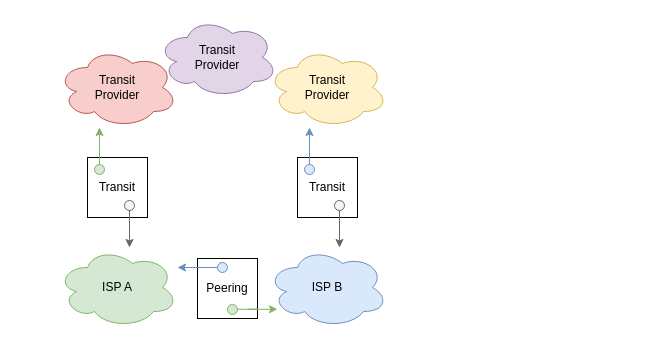
Earlier version of the draw.io diagram uagc/int301/peering_points.drawio (chongjk88/education). Source tidied: cells renumbered, new cells numbered last; positions are measured from the earlier drawing's top-left corner, leaving out a move shared by most shapes. Both pictures are drawn from the tidied source at 100%, with x=0, y=0 at pixel (57, 17).
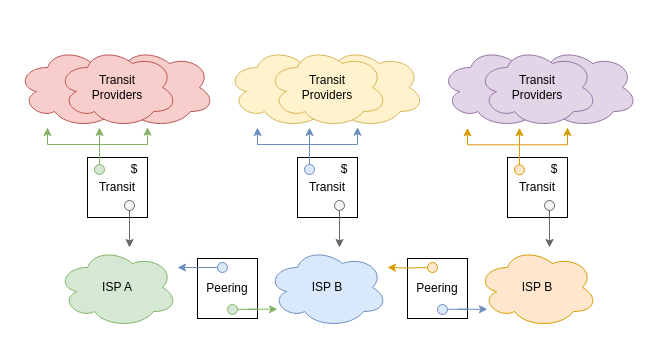
The same page after the edit.

The change refers to these unchanged cells:
```xml
<mxCell id="15" style="ellipse;whiteSpace=wrap;html=1;fillColor=#d5e8d4;strokeColor=#82b366;rotation=90;" parent="1" vertex="1">
  <mxGeometry x="37" y="147" width="10" height="10" as="geometry" />
</mxCell>
```

The edit, as a diff of the source:
```diff
@@
+    <mxCell id="22" style="ellipse;shape=cloud;whiteSpace=wrap;html=1;fillColor=#e1d5e7;strokeColor=#9673a6;" parent="1" vertex="1">
+      <mxGeometry x="383.2" y="30" width="120" height="80" as="geometry" />
+    </mxCell>
+    <mxCell id="23" style="ellipse;shape=cloud;whiteSpace=wrap;html=1;fillColor=#e1d5e7;strokeColor=#9673a6;" parent="1" vertex="1">
+      <mxGeometry x="460.2" y="30" width="120" height="80" as="geometry" />
+    </mxCell>
+    <mxCell id="24" style="ellipse;shape=cloud;whiteSpace=wrap;html=1;fillColor=#fff2cc;strokeColor=#d6b656;" parent="1" vertex="1">
+      <mxGeometry x="169.8" y="30" width="120" height="80" as="geometry" />
+    </mxCell>
+    <mxCell id="25" style="ellipse;shape=cloud;whiteSpace=wrap;html=1;fillColor=#fff2cc;strokeColor=#d6b656;" parent="1" vertex="1">
+      <mxGeometry x="246.8" y="30" width="120" height="80" as="geometry" />
+    </mxCell>
+    <mxCell id="26" style="ellipse;shape=cloud;whiteSpace=wrap;html=1;fillColor=#f8cecc;strokeColor=#b85450;" parent="1" vertex="1">
+      <mxGeometry x="-40" y="30" width="120" height="80" as="geometry" />
+    </mxCell>
+    <mxCell id="27" style="ellipse;shape=cloud;whiteSpace=wrap;html=1;fillColor=#f8cecc;strokeColor=#b85450;" parent="1" vertex="1">
+      <mxGeometry x="37" y="30" width="120" height="80" as="geometry" />
+    </mxCell>
@@
-    <mxCell id="3" value="Transit&lt;br&gt;Provider" style="ellipse;shape=cloud;whiteSpace=wrap;html=1;fillColor=#f8cecc;strokeColor=#b85450;" parent="1" vertex="1">
+    <mxCell id="3" value="Transit&lt;br&gt;Providers" style="ellipse;shape=cloud;whiteSpace=wrap;html=1;fillColor=#f8cecc;strokeColor=#b85450;" parent="1" vertex="1">
       <mxGeometry y="30" width="120" height="80" as="geometry" />
     </mxCell>
-    <mxCell id="4" value="Transit&lt;br&gt;Provider" style="ellipse;shape=cloud;whiteSpace=wrap;html=1;fillColor=#e1d5e7;strokeColor=#9673a6;" parent="1" vertex="1">
-      <mxGeometry x="100" width="120" height="80" as="geometry" />
+    <mxCell id="4" value="Transit&lt;br&gt;Providers" style="ellipse;shape=cloud;whiteSpace=wrap;html=1;fillColor=#e1d5e7;strokeColor=#9673a6;" parent="1" vertex="1">
+      <mxGeometry x="420" y="30" width="120" height="80" as="geometry" />
     </mxCell>
-    <mxCell id="5" value="Transit&lt;br&gt;Provider" style="ellipse;shape=cloud;whiteSpace=wrap;html=1;fillColor=#fff2cc;strokeColor=#d6b656;" parent="1" vertex="1">
+    <mxCell id="5" value="Transit&lt;br&gt;Providers" style="ellipse;shape=cloud;whiteSpace=wrap;html=1;fillColor=#fff2cc;strokeColor=#d6b656;" parent="1" vertex="1">
       <mxGeometry x="210" y="30" width="120" height="80" as="geometry" />
     </mxCell>
@@
+    <mxCell id="28" style="edgeStyle=orthogonalEdgeStyle;rounded=0;jettySize=auto;html=1;exitX=0;exitY=0.5;exitDx=0;exitDy=0;fillColor=#d5e8d4;strokeColor=#82b366;" parent="1" edge="1" source="15" target="27">
+      <mxGeometry relative="1" as="geometry">
+        <Array as="points">
+          <mxPoint x="42" y="127" />
+          <mxPoint x="90" y="127" />
+        </Array>
+      </mxGeometry>
+    </mxCell>
@@
-    <mxCell id="18" style="edgeStyle=orthogonalEdgeStyle;rounded=0;jettySize=auto;html=1;entryX=0;entryY=0.5;entryDx=0;entryDy=0;startArrow=classic;startFill=1;endArrow=none;endFill=0;fillColor=#dae8fc;strokeColor=#6c8ebf;" parent="1" edge="1" target="19">
-      <mxGeometry relative="1" as="geometry">
-        <mxPoint x="252" y="110" as="sourcePoint" />
-      </mxGeometry>
-    </mxCell>
-    <mxCell id="19" style="ellipse;whiteSpace=wrap;html=1;fillColor=#dae8fc;strokeColor=#6c8ebf;rotation=90;" parent="1" vertex="1">
-      <mxGeometry x="247" y="147" width="10" height="10" as="geometry" />
-    </mxCell>
@@
+    <mxCell id="29" value="Peering" style="rounded=0;whiteSpace=wrap;html=1;" parent="1" vertex="1">
+      <mxGeometry x="350" y="241" width="60" height="60" as="geometry" />
+    </mxCell>
+    <mxCell id="30" value="Transit" style="rounded=0;whiteSpace=wrap;html=1;" parent="1" vertex="1">
+      <mxGeometry x="450" y="140" width="60" height="60" as="geometry" />
+    </mxCell>
+    <mxCell id="31" style="edgeStyle=orthogonalEdgeStyle;rounded=0;jettySize=auto;html=1;exitX=1;exitY=0.25;exitDx=0;exitDy=0;exitPerimeter=0;entryX=0;entryY=0.5;entryDx=0;entryDy=0;startArrow=classic;startFill=1;endArrow=none;endFill=0;fillColor=#ffe6cc;strokeColor=#d79b00;" parent="1" edge="1" target="34">
+      <mxGeometry relative="1" as="geometry">
+        <mxPoint x="330" y="250" as="sourcePoint" />
+      </mxGeometry>
+    </mxCell>
+    <mxCell id="32" style="edgeStyle=orthogonalEdgeStyle;rounded=0;jettySize=auto;html=1;exitX=0.083;exitY=0.772;exitDx=0;exitDy=0;exitPerimeter=0;entryX=0.897;entryY=0.475;entryDx=0;entryDy=0;entryPerimeter=0;startArrow=classic;startFill=1;endArrow=none;endFill=0;fillColor=#dae8fc;strokeColor=#6c8ebf;" parent="1" edge="1" source="33" target="35">
+      <mxGeometry relative="1" as="geometry" />
+    </mxCell>
+    <mxCell id="33" value="ISP B" style="ellipse;shape=cloud;whiteSpace=wrap;html=1;fillColor=#ffe6cc;strokeColor=#d79b00;" parent="1" vertex="1">
+      <mxGeometry x="420" y="230" width="120" height="80" as="geometry" />
+    </mxCell>
+    <mxCell id="34" style="ellipse;whiteSpace=wrap;html=1;fillColor=#ffe6cc;strokeColor=#d79b00;" parent="1" vertex="1">
+      <mxGeometry x="370" y="245" width="10" height="10" as="geometry" />
+    </mxCell>
+    <mxCell id="35" style="ellipse;whiteSpace=wrap;html=1;fillColor=#dae8fc;strokeColor=#6c8ebf;" parent="1" vertex="1">
+      <mxGeometry x="380" y="287" width="10" height="10" as="geometry" />
+    </mxCell>
+    <mxCell id="36" style="edgeStyle=orthogonalEdgeStyle;rounded=0;jettySize=auto;html=1;entryX=0;entryY=0.5;entryDx=0;entryDy=0;startArrow=classic;startFill=1;endArrow=none;endFill=0;fillColor=#f5f5f5;strokeColor=#666666;" parent="1" edge="1" target="37">
+      <mxGeometry relative="1" as="geometry">
+        <mxPoint x="492" y="230" as="sourcePoint" />
+      </mxGeometry>
+    </mxCell>
+    <mxCell id="37" style="ellipse;whiteSpace=wrap;html=1;fillColor=#f5f5f5;strokeColor=#666666;rotation=-90;fontColor=#333333;" parent="1" vertex="1">
+      <mxGeometry x="487" y="183" width="10" height="10" as="geometry" />
+    </mxCell>
+    <mxCell id="38" style="edgeStyle=orthogonalEdgeStyle;rounded=0;jettySize=auto;html=1;exitX=0;exitY=0.5;exitDx=0;exitDy=0;fillColor=#d5e8d4;strokeColor=#82b366;" parent="1" edge="1" source="15">
+      <mxGeometry relative="1" as="geometry">
+        <mxPoint x="-10" y="110" as="targetPoint" />
+        <Array as="points">
+          <mxPoint x="42" y="127" />
+          <mxPoint x="-10" y="127" />
+          <mxPoint x="-10" y="110" />
+        </Array>
+      </mxGeometry>
+    </mxCell>
+    <mxCell id="39" style="edgeStyle=orthogonalEdgeStyle;rounded=0;jettySize=auto;html=1;entryX=0;entryY=0.5;entryDx=0;entryDy=0;startArrow=classic;startFill=1;endArrow=none;endFill=0;fillColor=#dae8fc;strokeColor=#6c8ebf;" parent="1" edge="1" target="19">
+      <mxGeometry relative="1" as="geometry">
+        <mxPoint x="252" y="110" as="sourcePoint" />
+      </mxGeometry>
+    </mxCell>
+    <mxCell id="40" style="edgeStyle=orthogonalEdgeStyle;rounded=0;jettySize=auto;html=1;exitX=0;exitY=0.5;exitDx=0;exitDy=0;fillColor=#dae8fc;strokeColor=#6c8ebf;" parent="1" edge="1" source="19">
+      <mxGeometry relative="1" as="geometry">
+        <mxPoint x="300" y="109.7" as="targetPoint" />
+        <Array as="points">
+          <mxPoint x="252" y="127" />
+          <mxPoint x="300" y="127" />
+        </Array>
+      </mxGeometry>
+    </mxCell>
+    <mxCell id="19" style="ellipse;whiteSpace=wrap;html=1;fillColor=#dae8fc;strokeColor=#6c8ebf;rotation=90;" parent="1" vertex="1">
+      <mxGeometry x="247" y="147" width="10" height="10" as="geometry" />
+    </mxCell>
+    <mxCell id="41" style="edgeStyle=orthogonalEdgeStyle;rounded=0;jettySize=auto;html=1;exitX=0;exitY=0.5;exitDx=0;exitDy=0;fillColor=#dae8fc;strokeColor=#6c8ebf;" parent="1" edge="1" source="19">
+      <mxGeometry relative="1" as="geometry">
+        <mxPoint x="200" y="110" as="targetPoint" />
+        <Array as="points">
+          <mxPoint x="252" y="127" />
+          <mxPoint x="200" y="127" />
+          <mxPoint x="200" y="110" />
+        </Array>
+      </mxGeometry>
+    </mxCell>
+    <mxCell id="42" style="edgeStyle=orthogonalEdgeStyle;rounded=0;jettySize=auto;html=1;entryX=0;entryY=0.5;entryDx=0;entryDy=0;startArrow=classic;startFill=1;endArrow=none;endFill=0;fillColor=#ffe6cc;strokeColor=#d79b00;" parent="1" edge="1" target="44">
+      <mxGeometry relative="1" as="geometry">
+        <mxPoint x="462" y="110.3" as="sourcePoint" />
+      </mxGeometry>
+    </mxCell>
+    <mxCell id="43" style="edgeStyle=orthogonalEdgeStyle;rounded=0;jettySize=auto;html=1;exitX=0;exitY=0.5;exitDx=0;exitDy=0;fillColor=#ffe6cc;strokeColor=#d79b00;" parent="1" edge="1" source="44">
+      <mxGeometry relative="1" as="geometry">
+        <mxPoint x="510" y="110" as="targetPoint" />
+        <Array as="points">
+          <mxPoint x="462" y="127.3" />
+          <mxPoint x="510" y="127.3" />
+        </Array>
+      </mxGeometry>
+    </mxCell>
+    <mxCell id="44" style="ellipse;whiteSpace=wrap;html=1;fillColor=#ffe6cc;strokeColor=#d79b00;rotation=90;" parent="1" vertex="1">
+      <mxGeometry x="457" y="147.3" width="10" height="10" as="geometry" />
+    </mxCell>
+    <mxCell id="45" style="edgeStyle=orthogonalEdgeStyle;rounded=0;jettySize=auto;html=1;exitX=0;exitY=0.5;exitDx=0;exitDy=0;fillColor=#ffe6cc;strokeColor=#d79b00;" parent="1" edge="1" source="44">
+      <mxGeometry relative="1" as="geometry">
+        <mxPoint x="410" y="110.3" as="targetPoint" />
+        <Array as="points">
+          <mxPoint x="462" y="127.3" />
+          <mxPoint x="410" y="127.3" />
+          <mxPoint x="410" y="110.3" />
+        </Array>
+      </mxGeometry>
+    </mxCell>
+    <mxCell id="46" value="$" style="text;html=1;strokeColor=none;fillColor=none;align=center;verticalAlign=middle;whiteSpace=wrap;rounded=0;" parent="1" vertex="1">
+      <mxGeometry x="47" y="137" width="60" height="30" as="geometry" />
+    </mxCell>
+    <mxCell id="47" value="$" style="text;html=1;strokeColor=none;fillColor=none;align=center;verticalAlign=middle;whiteSpace=wrap;rounded=0;" parent="1" vertex="1">
+      <mxGeometry x="257" y="137" width="60" height="30" as="geometry" />
+    </mxCell>
+    <mxCell id="48" value="$" style="text;html=1;strokeColor=none;fillColor=none;align=center;verticalAlign=middle;whiteSpace=wrap;rounded=0;" parent="1" vertex="1">
+      <mxGeometry x="467" y="137" width="60" height="30" as="geometry" />
+    </mxCell>
```
